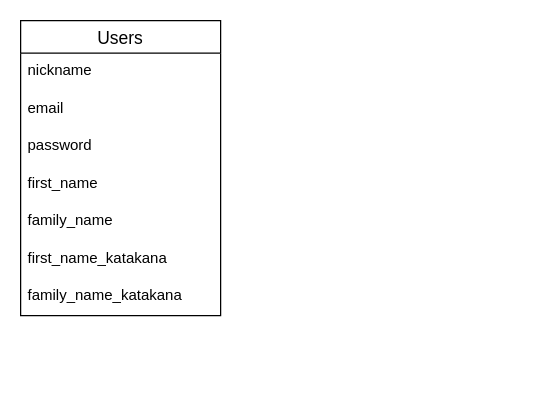
This is fishing.dio from Yukitaka-PG/fishing, a draw.io file, before an edit. Source tidied: cells renumbered, new cells numbered last; positions are measured from the earlier drawing's top-left corner, leaving out a move shared by most shapes. Both pictures are drawn from the tidied source at 125%, with x=0, y=0 at pixel (20, 20).
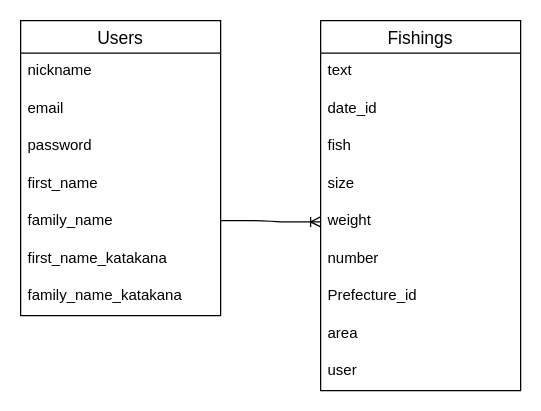
Above is the later version.

The edit, as a diff of the source:
```diff
@@
+    <mxCell id="10" value="Fishings" style="swimlane;fontStyle=0;horizontal=1;startSize=26;align=center;fontSize=14;direction=east;" parent="1" vertex="1">
+      <mxGeometry x="240" width="160" height="296" as="geometry" />
+    </mxCell>
+    <mxCell id="11" value="text" style="text;strokeColor=none;fillColor=none;spacingLeft=4;spacingRight=4;overflow=hidden;fontSize=12;" parent="10" vertex="1">
+      <mxGeometry y="26" width="160" height="30" as="geometry" />
+    </mxCell>
+    <mxCell id="12" value="date_id" style="text;strokeColor=none;fillColor=none;spacingLeft=4;spacingRight=4;overflow=hidden;fontSize=12;" parent="10" vertex="1">
+      <mxGeometry y="56" width="160" height="30" as="geometry" />
+    </mxCell>
+    <mxCell id="13" value="fish" style="text;strokeColor=none;fillColor=none;spacingLeft=4;spacingRight=4;overflow=hidden;fontSize=12;" parent="10" vertex="1">
+      <mxGeometry y="86" width="160" height="30" as="geometry" />
+    </mxCell>
+    <mxCell id="14" value="size" style="text;strokeColor=none;fillColor=none;spacingLeft=4;spacingRight=4;overflow=hidden;fontSize=12;" parent="10" vertex="1">
+      <mxGeometry y="116" width="160" height="30" as="geometry" />
+    </mxCell>
+    <mxCell id="15" value="weight" style="text;strokeColor=none;fillColor=none;spacingLeft=4;spacingRight=4;overflow=hidden;points=[[0,0.5],[1,0.5]];portConstraint=eastwest;fontSize=12;" parent="10" vertex="1">
+      <mxGeometry y="146" width="160" height="30" as="geometry" />
+    </mxCell>
+    <mxCell id="16" value="number" style="text;strokeColor=none;fillColor=none;spacingLeft=4;spacingRight=4;overflow=hidden;fontSize=12;" parent="10" vertex="1">
+      <mxGeometry y="176" width="160" height="30" as="geometry" />
+    </mxCell>
+    <mxCell id="17" value="Prefecture_id" style="text;strokeColor=none;fillColor=none;spacingLeft=4;spacingRight=4;overflow=hidden;fontSize=12;" parent="10" vertex="1">
+      <mxGeometry y="206" width="160" height="30" as="geometry" />
+    </mxCell>
+    <mxCell id="18" value="area" style="text;strokeColor=none;fillColor=none;spacingLeft=4;spacingRight=4;overflow=hidden;fontSize=12;" parent="10" vertex="1">
+      <mxGeometry y="236" width="160" height="30" as="geometry" />
+    </mxCell>
+    <mxCell id="19" value="user" style="text;strokeColor=none;fillColor=none;spacingLeft=4;spacingRight=4;overflow=hidden;fontSize=12;" parent="10" vertex="1">
+      <mxGeometry y="266" width="160" height="30" as="geometry" />
+    </mxCell>
+    <mxCell id="20" style="edgeStyle=entityRelationEdgeStyle;fontSize=12;html=1;endArrow=ERoneToMany;entryX=0;entryY=0.5;entryDx=0;entryDy=0;" parent="1" edge="1" target="15">
+      <mxGeometry relative="1" as="geometry">
+        <mxPoint x="160" y="160" as="sourcePoint" />
+      </mxGeometry>
+    </mxCell>
```
